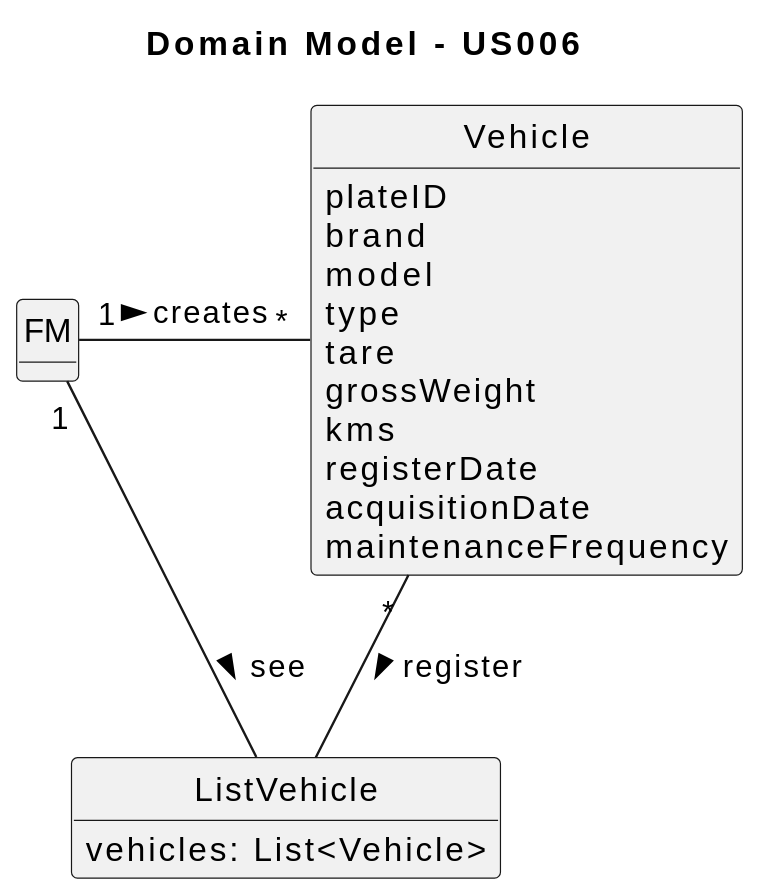
The PlantUML diagram docs/sprintA/us006/02.analysis/svg/us006-domain-model.svg in SAEmanuel/Green_Spaces_Management_ISEP, before a commit.
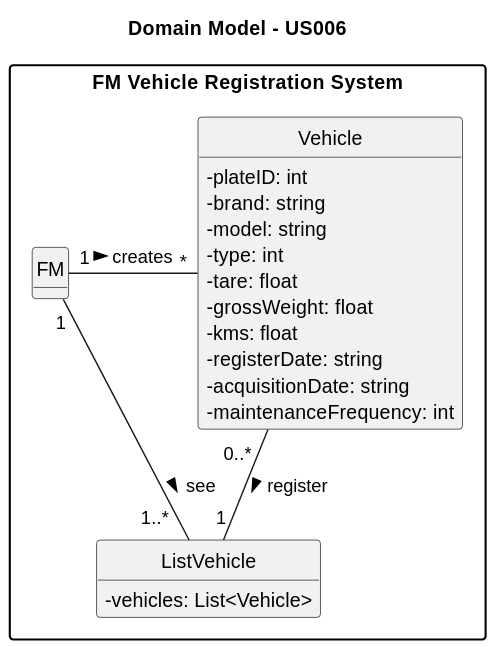
Above is the later version.

Commit message:
US5 Analysis v1.1  &  US006 - Domain Model v3.1

Diff of the diagram source:
```diff
@@ -3,38 +3,38 @@
 skinparam packageStyle rectangle
 skinparam shadowing false
 
-
 skinparam classAttributeIconSize 0
 
-hide circle
+hide circles
 hide methods
 
 title Domain Model - US006
 
+package "FM Vehicle Registration System" {
 
-class FM {
-}
+    class FM {
+    }
 
-class Vehicle {
-     plateID
-     brand
-     model
-     type
-     tare
-     grossWeight
-     kms
-     registerDate
-     acquisitionDate
-     maintenanceFrequency
-}
+    class Vehicle {
+         - plateID: int
+         - brand: string
+         - model: string
+         - type: int
+         - tare: float
+         - grossWeight: float
+         - kms: float
+         - registerDate: string
+         - acquisitionDate: string
+         - maintenanceFrequency: int
+    }
 
-class ListVehicle {
-    vehicles: List<Vehicle>
-}
+    class ListVehicle {
+        - vehicles: List<Vehicle>
+    }
 
 
-FM "1" - "*" Vehicle : creates >
-FM "1" - ListVehicle: see >
-
-Vehicle "*" -- ListVehicle : register >
+    FM "1" - "*" Vehicle : creates >
+    FM "1" - "1..*  " ListVehicle: see >
+    Vehicle "0..*  " -- "1" ListVehicle : register >
+}
 @enduml
```
